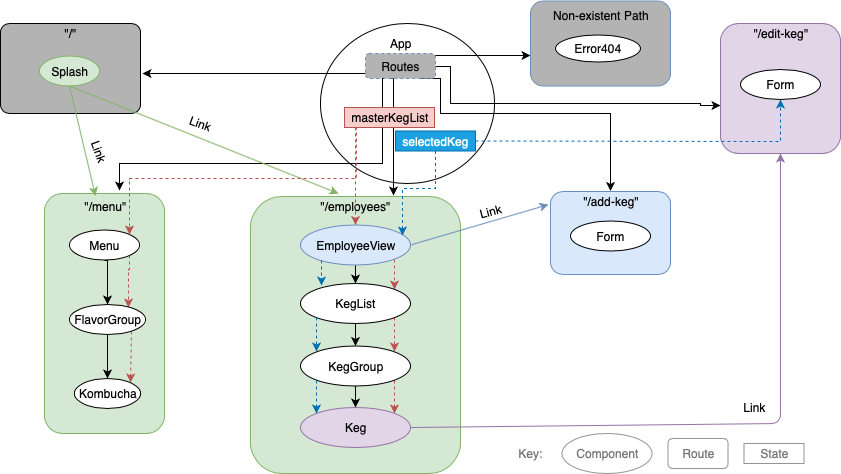
Above: src/assets/images/ComponentsStates.png in schoinh/tap-room (draw.io), before the change. Source tidied: cells renumbered, new cells last; positions are measured from the earlier drawing's top-left corner, leaving out a move shared by most shapes.
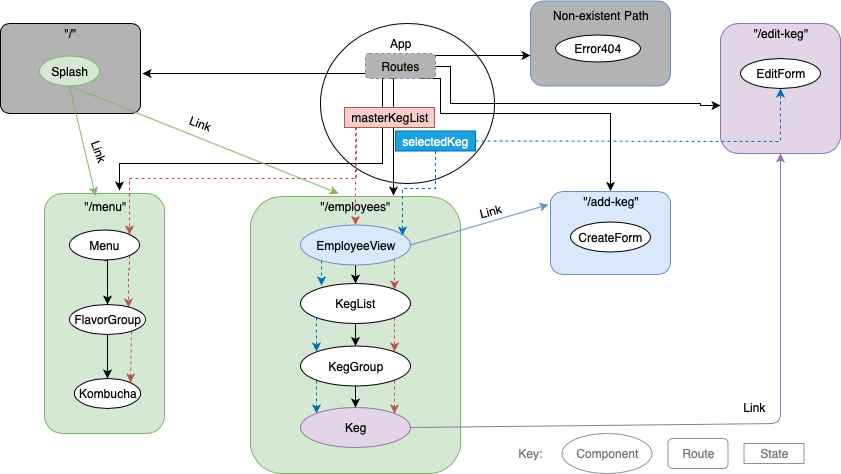
Above is the later version.

What changed in the source:
```diff
@@ -166,11 +166,11 @@
     <mxCell id="39" value="Keg" style="ellipse;whiteSpace=wrap;html=1;fillColor=#e1d5e7;strokeColor=#9673a6;" parent="1" vertex="1">
       <mxGeometry x="300" y="406" width="110" height="40" as="geometry" />
     </mxCell>
-    <mxCell id="40" value="Form" style="ellipse;whiteSpace=wrap;html=1;fillColor=#FFFFFF;" parent="1" vertex="1">
-      <mxGeometry x="570" y="219.5" width="80" height="30" as="geometry" />
+    <mxCell id="40" value="CreateForm" style="ellipse;whiteSpace=wrap;html=1;fillColor=#FFFFFF;" parent="1" vertex="1">
+      <mxGeometry x="584" y="234.5" width="80" height="30" as="geometry" />
     </mxCell>
-    <mxCell id="41" value="Form" style="ellipse;whiteSpace=wrap;html=1;fillColor=#FFFFFF;" parent="1" vertex="1">
-      <mxGeometry x="740" y="68" width="80" height="30" as="geometry" />
+    <mxCell id="41" value="EditForm" style="ellipse;whiteSpace=wrap;html=1;fillColor=#FFFFFF;" parent="1" vertex="1">
+      <mxGeometry x="754" y="71" width="80" height="30" as="geometry" />
     </mxCell>
     <mxCell id="42" value="Non-existent Path" style="text;html=1;strokeColor=none;fillColor=none;align=center;verticalAlign=middle;whiteSpace=wrap;rounded=0;" parent="1" vertex="1">
       <mxGeometry x="550" y="3.5" width="100" height="20" as="geometry" />
@@ -239,7 +239,7 @@
     <mxCell id="60" style="endArrow=classic;html=1;dashed=1;exitX=1;exitY=0.5;exitDx=0;exitDy=0;entryX=0.5;entryY=1;entryDx=0;entryDy=0;fillColor=#1ba1e2;strokeColor=#006EAF;rounded=0;" parent="1" edge="1" source="56" target="41">
       <mxGeometry relative="1" as="geometry">
         <Array as="points">
-          <mxPoint x="780" y="140" />
+          <mxPoint x="794" y="154" />
         </Array>
       </mxGeometry>
     </mxCell>
```
